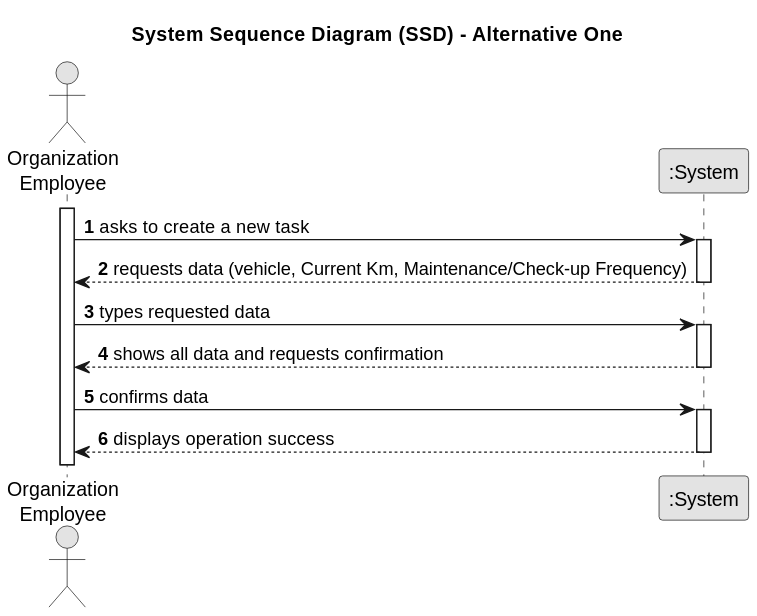
Departamento-de-Engenharia-Informatica/lei-24-s2-1db-g022 keeps this PlantUML diagram as docs/sprintA/us08/01.requirements-engineering/svg/us08-system-sequence-diagram.svg. Above is the earlier version. Source of this version:
```plantuml
@startuml
skinparam monochrome true
skinparam packageStyle rectangle
skinparam shadowing false

title System Sequence Diagram (SSD) - Alternative One

autonumber

actor "Organization\nEmployee" as Employee
participant ":System" as System

activate Employee

    Employee -> System : asks to create a new task
    activate System

        System --> Employee : requests data (vehicle, Current Km, Maintenance/Check-up Frequency)
    deactivate System

    Employee -> System : types requested data
    activate System

        System --> Employee : shows all data and requests confirmation
    deactivate System

    Employee -> System : confirms data
    activate System

        System --> Employee : displays operation success
    deactivate System

@enduml
```
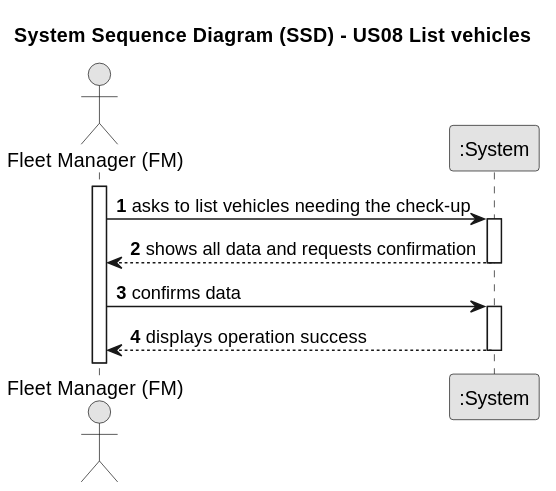
After the change.

Change to the diagram source:
```diff
@@ -3,31 +3,24 @@
 skinparam packageStyle rectangle
 skinparam shadowing false
 
-title System Sequence Diagram (SSD) - Alternative One
+title System Sequence Diagram (SSD) - US08 List vehicles
 
 autonumber
 
-actor "Organization\nEmployee" as Employee
+actor "Fleet Manager (FM)" as FM
 participant ":System" as System
 
-activate Employee
+activate FM
 
-    Employee -> System : asks to create a new task
+    FM -> System : asks to list vehicles needing the check-up
     activate System
 
-        System --> Employee : requests data (vehicle, Current Km, Maintenance/Check-up Frequency)
+        System --> FM : shows all data and requests confirmation
     deactivate System
 
-    Employee -> System : types requested data
+    FM -> System : confirms data
     activate System
 
-        System --> Employee : shows all data and requests confirmation
+        System --> FM : displays operation success
     deactivate System
-
-    Employee -> System : confirms data
-    activate System
-
-        System --> Employee : displays operation success
-    deactivate System
-
 @enduml
```
